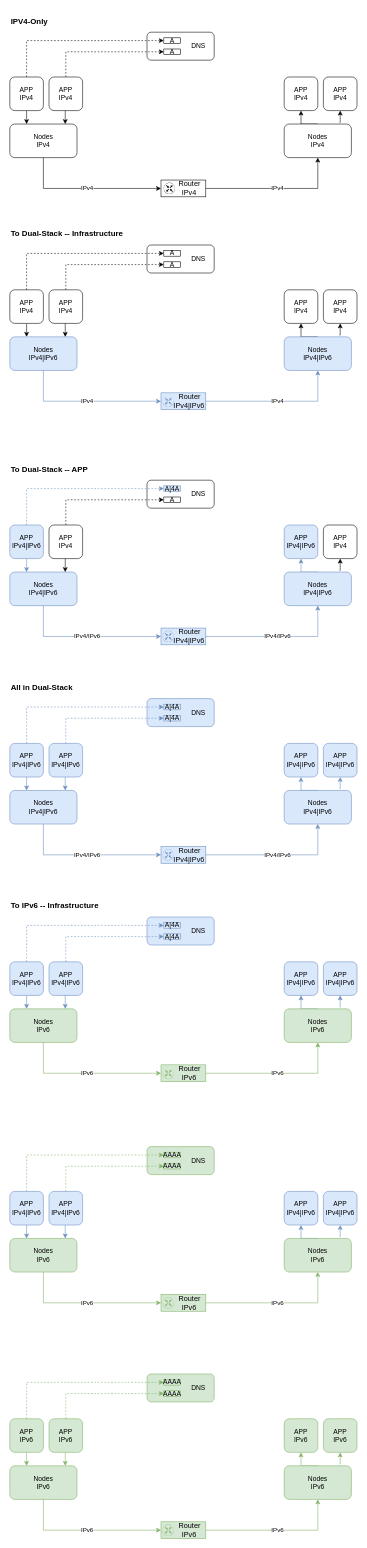
The draw.io diagram IPv6 Transition.drawio in anorqiu9/drawio, before the edit. Source tidied: cells renumbered, new cells numbered last; positions are measured from the earlier drawing's top-left corner, leaving out a move shared by most shapes. Both pictures are drawn from the tidied source at 56%, with x=0, y=0 at pixel (10, 10).
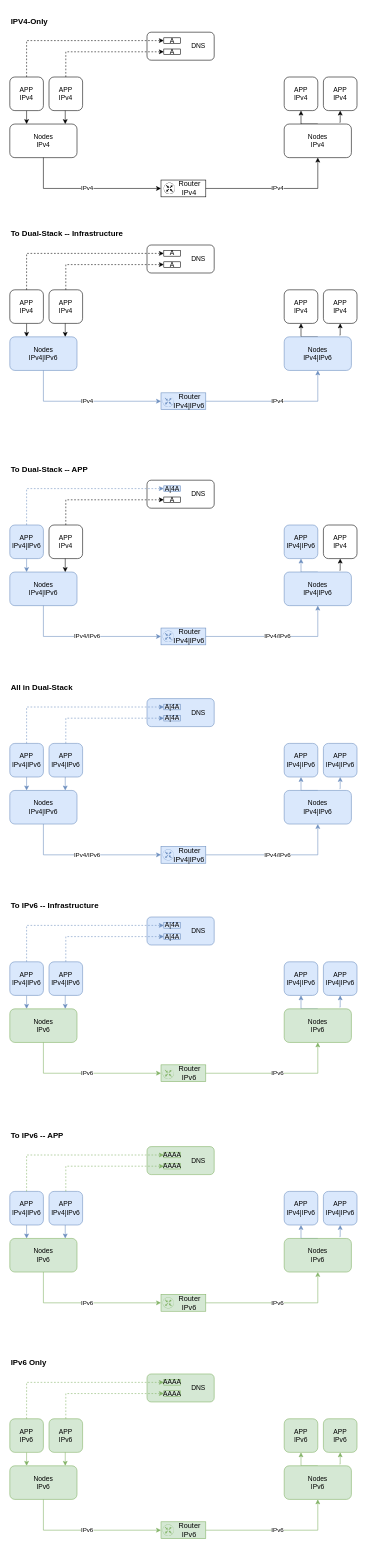
The same page after the edit.

Change to the diagram source:
```diff
@@
+    <mxCell id="140" value="To IPv6 -- APP" style="rounded=0;whiteSpace=wrap;html=1;align=left;fontSize=14;strokeColor=none;labelBorderColor=none;fontStyle=1;" parent="1" vertex="1">
+      <mxGeometry y="1990" width="245" height="40" as="geometry" />
+    </mxCell>
+    <mxCell id="141" value="IPv6 Only" style="rounded=0;whiteSpace=wrap;html=1;align=left;fontSize=14;strokeColor=none;labelBorderColor=none;fontStyle=1;" parent="1" vertex="1">
+      <mxGeometry y="2396" width="245" height="40" as="geometry" />
+    </mxCell>
```
